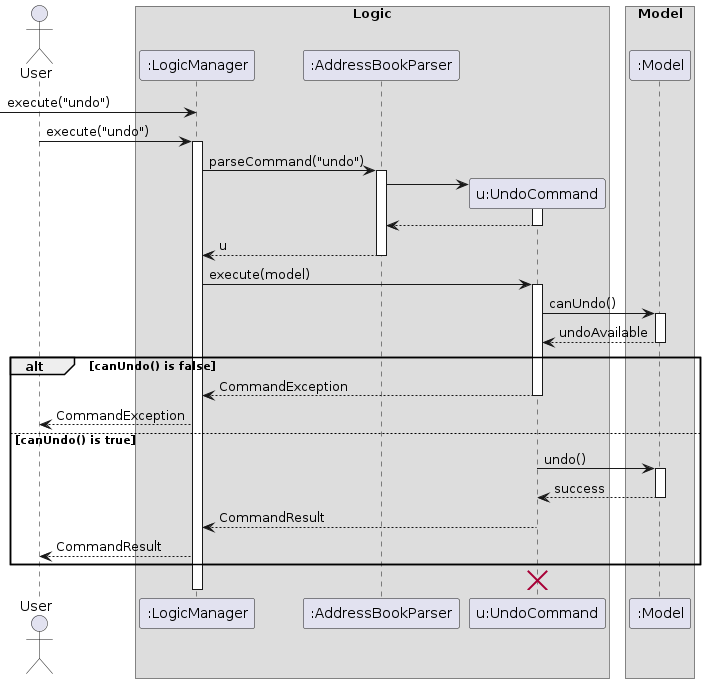
Before: diagrams/UndoSequenceDiagram-Logic.png, a diagram exported from PlantUML (AY2526S1-CS2103T-T10-3/tp). Its source is kept beside it as diagrams/UndoSequenceDiagram-Logic.puml.
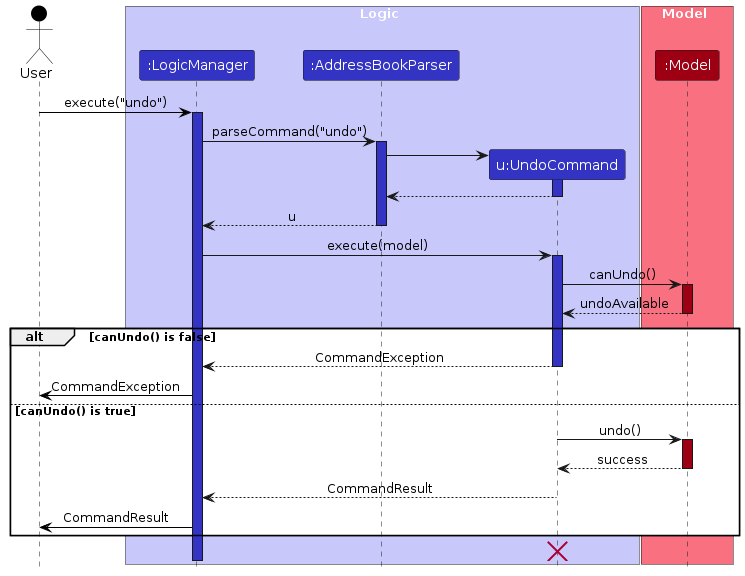
The same file after the commit.

The edit, as a diff of the source:
```diff
@@ -1,28 +1,28 @@
 @startuml
+!include style.puml
 skinparam ArrowFontStyle plain
 
-actor User
+actor User USER_COLOR
 
-box Logic
-participant ":LogicManager" as LogicManager
-participant ":AddressBookParser" as AddressBookParser
-participant "u:UndoCommand" as UndoCommand
+box Logic LOGIC_COLOR_T1
+participant ":LogicManager" as LogicManager LOGIC_COLOR
+participant ":AddressBookParser" as AddressBookParser LOGIC_COLOR
+participant "u:UndoCommand" as UndoCommand LOGIC_COLOR
 end box
 
-box Model
-participant ":Model" as Model
+box Model MODEL_COLOR_T1
+participant ":Model" as Model MODEL_COLOR
 end box
 
-[-> LogicManager : execute("undo")
-User -> LogicManager : execute("undo")
-activate LogicManager
+User -[USER_COLOR]> LogicManager : execute("undo")
+activate LogicManager LOGIC_COLOR
 
 LogicManager -> AddressBookParser : parseCommand("undo")
-activate AddressBookParser
+activate AddressBookParser LOGIC_COLOR
 
 create UndoCommand
 AddressBookParser -> UndoCommand
-activate UndoCommand
+activate UndoCommand LOGIC_COLOR
 UndoCommand --> AddressBookParser
 deactivate UndoCommand
 
@@ -30,25 +30,25 @@
 deactivate AddressBookParser
 
 LogicManager -> UndoCommand : execute(model)
-activate UndoCommand
+activate UndoCommand LOGIC_COLOR
 
 UndoCommand -> Model : canUndo()
-activate Model
+activate Model MODEL_COLOR
 Model --> UndoCommand : undoAvailable
 deactivate Model
 
 alt canUndo() is false
   UndoCommand --> LogicManager : CommandException
   deactivate UndoCommand
-  LogicManager --> User : CommandException
+  LogicManager -[USER_COLOR]> User : CommandException
 else canUndo() is true
   UndoCommand -> Model : undo()
-  activate Model
+  activate Model MODEL_COLOR
   Model --> UndoCommand : success
   deactivate Model
   UndoCommand --> LogicManager : CommandResult
   deactivate UndoCommand
-  LogicManager --> User : CommandResult
+  LogicManager -[USER_COLOR]> User : CommandResult
 end
 
 destroy UndoCommand
```
